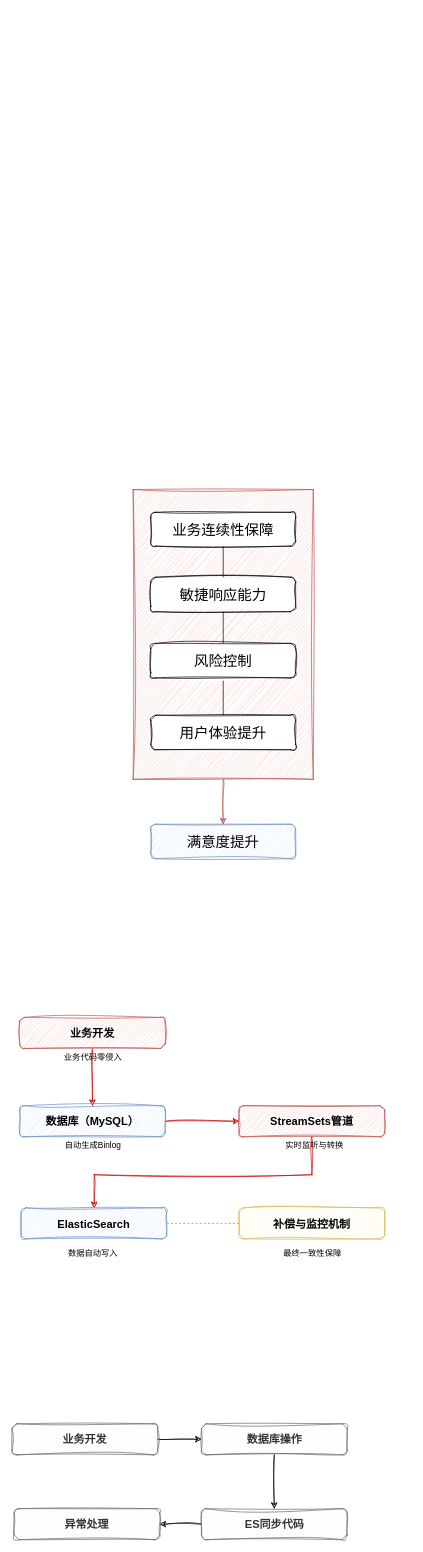
Before: 一年汇报.drawio in PEI-GEN/myPic, a draw.io diagram. Source tidied: cells renumbered, new cells numbered last; positions are measured from the earlier drawing's top-left corner, leaving out a move shared by most shapes. Both pictures are drawn from the tidied source at 69%, with x=0, y=0 at pixel (12, 489).
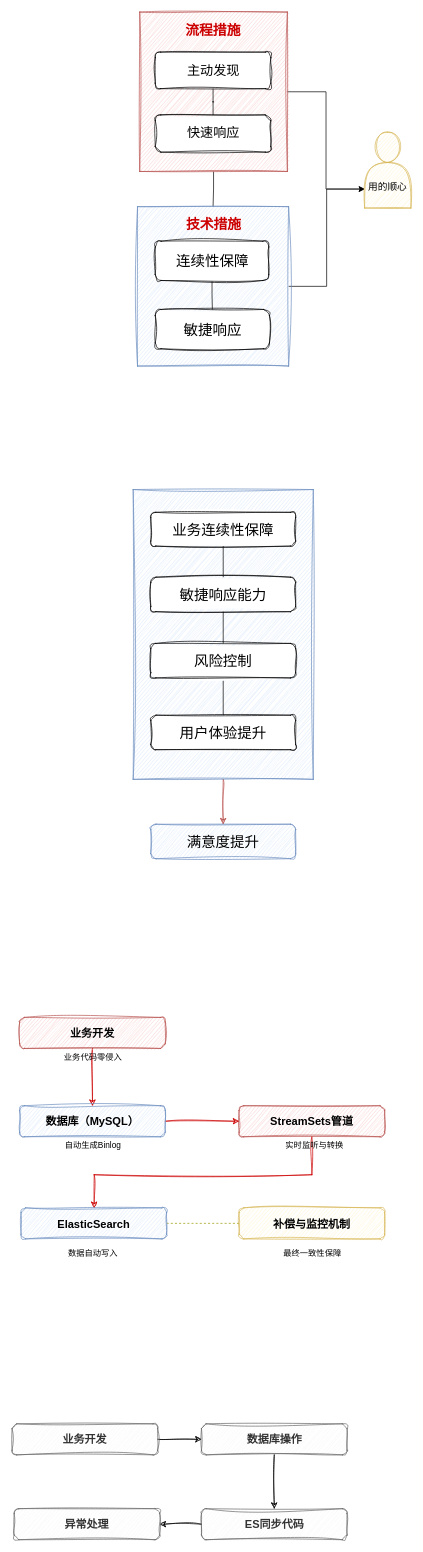
Above is the later version.

Commit message:
更新一年汇报.drawio

What changed in the source:
```diff
@@
-    <mxCell id="3" style="rounded=0;whiteSpace=wrap;html=1;fillColor=#f8cecc;strokeColor=#b85450;sketch=1;curveFitting=1;jiggle=2;" parent="1" vertex="1">
+    <mxCell id="3" style="rounded=0;whiteSpace=wrap;html=1;fillColor=#dae8fc;strokeColor=#6c8ebf;sketch=1;curveFitting=1;jiggle=2;" parent="1" vertex="1">
       <mxGeometry x="175.5" width="261" height="420" as="geometry" />
     </mxCell>
@@
+    <mxCell id="33" style="edgeStyle=orthogonalEdgeStyle;rounded=0;jettySize=auto;html=1;exitX=0.5;exitY=1;exitDx=0;exitDy=0;entryX=0.5;entryY=0;entryDx=0;entryDy=0;endArrow=none;endFill=0;" parent="1" edge="1" source="35" target="41">
+      <mxGeometry relative="1" as="geometry" />
+    </mxCell>
+    <mxCell id="34" style="edgeStyle=orthogonalEdgeStyle;rounded=0;jettySize=auto;html=1;entryX=0;entryY=0.75;entryDx=0;entryDy=0;" parent="1" edge="1" source="35" target="46">
+      <mxGeometry relative="1" as="geometry" />
+    </mxCell>
+    <mxCell id="35" style="rounded=0;whiteSpace=wrap;html=1;fillColor=#f8cecc;strokeColor=#b85450;sketch=1;curveFitting=1;jiggle=2;" parent="1" vertex="1">
+      <mxGeometry x="185" y="-692" width="214" height="231" as="geometry" />
+    </mxCell>
+    <mxCell id="36" style="edgeStyle=orthogonalEdgeStyle;rounded=0;jettySize=auto;html=1;endArrow=none;endFill=0;" parent="1" edge="1" source="37" target="38">
+      <mxGeometry relative="1" as="geometry" />
+    </mxCell>
+    <mxCell id="37" value="主动发现" style="rounded=1;whiteSpace=wrap;html=1;fontSize=19;sketch=1;curveFitting=1;jiggle=2;shadow=0;" parent="1" vertex="1">
+      <mxGeometry x="207.5" y="-634" width="167.5" height="53" as="geometry" />
+    </mxCell>
+    <mxCell id="38" value="快速响应" style="rounded=1;whiteSpace=wrap;html=1;fontSize=19;sketch=1;curveFitting=1;jiggle=2;shadow=0;glass=0;" parent="1" vertex="1">
+      <mxGeometry x="207.5" y="-543" width="167.5" height="54" as="geometry" />
+    </mxCell>
+    <mxCell id="39" value="流程措施" style="text;strokeColor=none;fillColor=none;html=1;fontSize=20;fontStyle=1;verticalAlign=middle;align=center;strokeWidth=1;fontColor=#CC0000;" parent="1" vertex="1">
+      <mxGeometry x="241.2" y="-687" width="100" height="40" as="geometry" />
+    </mxCell>
+    <mxCell id="40" style="edgeStyle=orthogonalEdgeStyle;rounded=0;jettySize=auto;html=1;entryX=0;entryY=0.75;entryDx=0;entryDy=0;" parent="1" edge="1" source="41" target="46">
+      <mxGeometry relative="1" as="geometry" />
+    </mxCell>
+    <mxCell id="41" style="rounded=0;whiteSpace=wrap;html=1;fillColor=#dae8fc;strokeColor=#6c8ebf;sketch=1;curveFitting=1;jiggle=2;" parent="1" vertex="1">
+      <mxGeometry x="181.8" y="-410" width="219" height="231" as="geometry" />
+    </mxCell>
+    <mxCell id="42" style="edgeStyle=orthogonalEdgeStyle;rounded=0;jettySize=auto;html=1;endArrow=none;endFill=0;" parent="1" edge="1" source="43" target="44">
+      <mxGeometry relative="1" as="geometry" />
+    </mxCell>
+    <mxCell id="43" value="&lt;div&gt;连续性保障&lt;/div&gt;" style="rounded=1;whiteSpace=wrap;html=1;fontSize=21;sketch=1;curveFitting=1;jiggle=2;shadow=0;" parent="1" vertex="1">
+      <mxGeometry x="207.5" y="-360" width="164.5" height="57" as="geometry" />
+    </mxCell>
+    <mxCell id="44" value="敏捷响应" style="rounded=1;whiteSpace=wrap;html=1;fontSize=21;sketch=1;curveFitting=1;jiggle=2;shadow=0;glass=0;" parent="1" vertex="1">
+      <mxGeometry x="207.5" y="-261" width="165.5" height="57" as="geometry" />
+    </mxCell>
+    <mxCell id="45" value="技术措施" style="text;strokeColor=none;fillColor=none;html=1;fontSize=20;fontStyle=1;verticalAlign=middle;align=center;strokeWidth=1;fontColor=#CC0000;" parent="1" vertex="1">
+      <mxGeometry x="242" y="-405" width="100" height="40" as="geometry" />
+    </mxCell>
+    <mxCell id="46" value="&lt;div&gt;&lt;br&gt;&lt;/div&gt;&lt;div&gt;&lt;br&gt;&lt;/div&gt;&lt;div&gt;&lt;br&gt;&lt;/div&gt;用的顺心" style="shape=actor;whiteSpace=wrap;html=1;fillColor=#fff2cc;strokeColor=#d6b656;sketch=1;curveFitting=1;jiggle=2;fontSize=14;" parent="1" vertex="1">
+      <mxGeometry x="511" y="-518" width="67" height="110" as="geometry" />
+    </mxCell>
```
